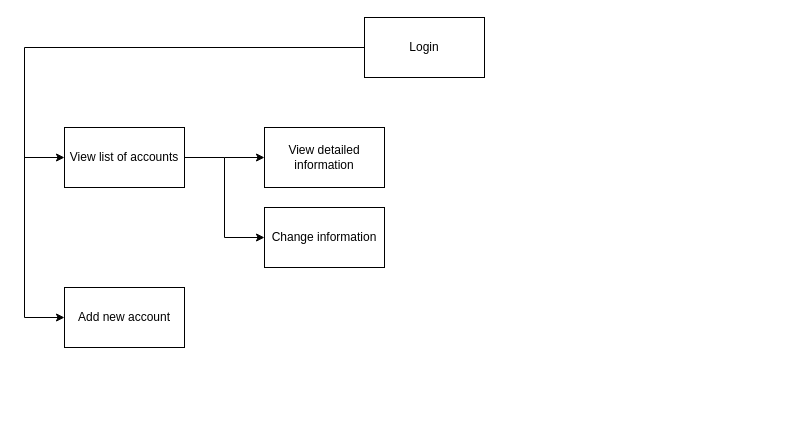
duykasama/account-storage keeps this draw.io diagram as Untitled Diagram.drawio. Above is the earlier version. Source tidied: cells renumbered, new cells numbered last; positions are measured from the earlier drawing's top-left corner, leaving out a move shared by most shapes. Both pictures are drawn from the tidied source at 100%, with x=0, y=0 at pixel (24, 17).
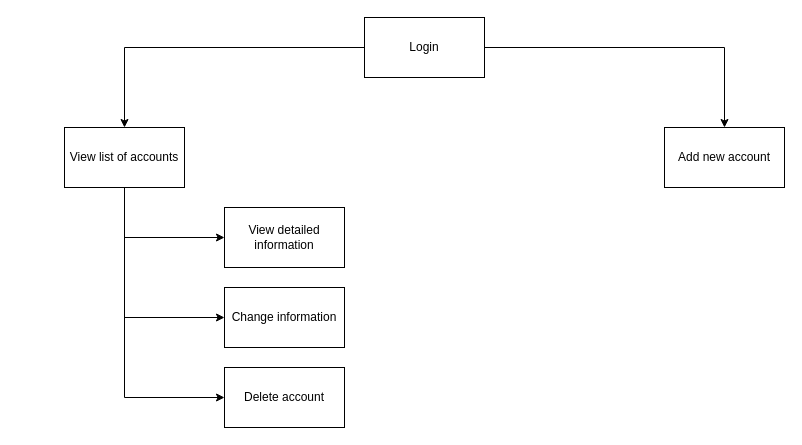
The same diagram, later.

What changed in the source:
```diff
@@
 <mxGraphModel>
   <root>
     <mxCell id="0" />
     <mxCell id="1" parent="0" />
     <mxCell id="2" value="Login" style="rounded=0;whiteSpace=wrap;html=1;" parent="1" vertex="1">
       <mxGeometry x="340" width="120" height="60" as="geometry" />
     </mxCell>
     <mxCell id="3" value="View list of accounts" style="rounded=0;whiteSpace=wrap;html=1;" parent="1" vertex="1">
       <mxGeometry x="40" y="110" width="120" height="60" as="geometry" />
     </mxCell>
     <mxCell id="4" value="Add new account" style="rounded=0;whiteSpace=wrap;html=1;" parent="1" vertex="1">
-      <mxGeometry x="40" y="270" width="120" height="60" as="geometry" />
+      <mxGeometry x="640" y="110" width="120" height="60" as="geometry" />
     </mxCell>
     <mxCell id="5" value="View detailed information" style="rounded=0;whiteSpace=wrap;html=1;" parent="1" vertex="1">
-      <mxGeometry x="240" y="110" width="120" height="60" as="geometry" />
+      <mxGeometry x="200" y="190" width="120" height="60" as="geometry" />
     </mxCell>
     <mxCell id="6" value="Change information" style="rounded=0;whiteSpace=wrap;html=1;" parent="1" vertex="1">
-      <mxGeometry x="240" y="190" width="120" height="60" as="geometry" />
+      <mxGeometry x="200" y="270" width="120" height="60" as="geometry" />
     </mxCell>
+    <mxCell id="11" value="Delete account" style="rounded=0;whiteSpace=wrap;html=1;" parent="1" vertex="1">
+      <mxGeometry x="200" y="350" width="120" height="60" as="geometry" />
+    </mxCell>
+    <mxCell id="12" style="endArrow=classic;html=1;rounded=0;exitX=0.5;exitY=1;exitDx=0;exitDy=0;entryX=0;entryY=0.5;entryDx=0;entryDy=0;" parent="1" edge="1" source="3" target="11">
+      <mxGeometry relative="1" as="geometry">
+        <Array as="points">
+          <mxPoint x="100" y="380" />
+        </Array>
+      </mxGeometry>
+    </mxCell>
+    <mxCell id="13" style="endArrow=classic;html=1;rounded=0;entryX=0;entryY=0.5;entryDx=0;entryDy=0;" parent="1" edge="1" target="5">
+      <mxGeometry relative="1" as="geometry">
+        <mxPoint x="100" y="220" as="sourcePoint" />
+      </mxGeometry>
+    </mxCell>
+    <mxCell id="14" style="endArrow=classic;html=1;rounded=0;entryX=0;entryY=0.5;entryDx=0;entryDy=0;" parent="1" edge="1" target="6">
+      <mxGeometry relative="1" as="geometry">
+        <mxPoint x="100" y="300" as="sourcePoint" />
+      </mxGeometry>
+    </mxCell>
-    <mxCell id="7" style="endArrow=classic;html=1;rounded=0;exitX=0;exitY=0.5;exitDx=0;exitDy=0;entryX=0;entryY=0.5;entryDx=0;entryDy=0;" parent="1" edge="1" source="2" target="4">
+    <mxCell id="7" style="endArrow=classic;html=1;rounded=0;exitX=1;exitY=0.5;exitDx=0;exitDy=0;entryX=0.5;entryY=0;entryDx=0;entryDy=0;" parent="1" edge="1" source="2" target="4">
       <mxGeometry relative="1" as="geometry">
         <Array as="points">
-          <mxPoint y="30" />
-          <mxPoint y="300" />
+          <mxPoint x="700" y="30" />
         </Array>
       </mxGeometry>
     </mxCell>
-    <mxCell id="8" style="endArrow=classic;html=1;rounded=0;entryX=0;entryY=0.5;entryDx=0;entryDy=0;" parent="1" edge="1" target="3">
-      <mxGeometry relative="1" as="geometry">
-        <mxPoint y="140" as="sourcePoint" />
-      </mxGeometry>
-    </mxCell>
-    <mxCell id="9" style="endArrow=classic;html=1;rounded=0;exitX=1;exitY=0.5;exitDx=0;exitDy=0;entryX=0;entryY=0.5;entryDx=0;entryDy=0;" parent="1" edge="1" source="3" target="6">
-      <mxGeometry relative="1" as="geometry">
-        <Array as="points">
-          <mxPoint x="200" y="140" />
-          <mxPoint x="200" y="220" />
-        </Array>
-      </mxGeometry>
-    </mxCell>
-    <mxCell id="10" style="endArrow=classic;html=1;rounded=0;entryX=0;entryY=0.5;entryDx=0;entryDy=0;" parent="1" edge="1" target="5">
-      <mxGeometry relative="1" as="geometry">
-        <mxPoint x="200" y="140" as="sourcePoint" />
-      </mxGeometry>
-    </mxCell>
+    <mxCell id="15" style="endArrow=classic;html=1;rounded=0;exitX=0;exitY=0.5;exitDx=0;exitDy=0;entryX=0.5;entryY=0;entryDx=0;entryDy=0;" parent="1" edge="1" source="2" target="3">
+      <mxGeometry relative="1" as="geometry">
+        <Array as="points">
+          <mxPoint x="100" y="30" />
+        </Array>
+      </mxGeometry>
+    </mxCell>
   </root>
 </mxGraphModel>
```
